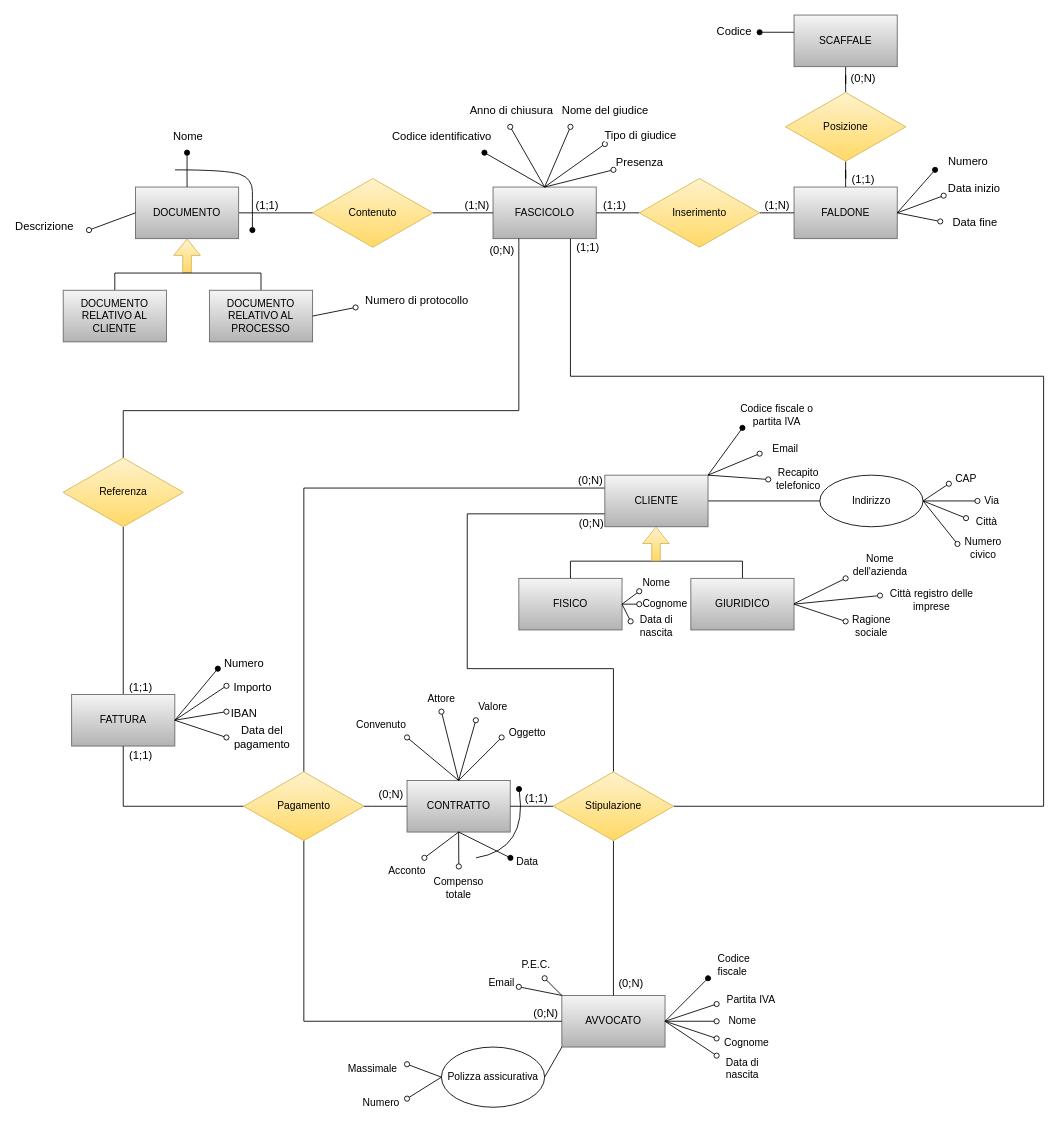
Before: DiagrammaER_Completo_Iniziale.drawio in AndreaCiv/BasiDiDati, a draw.io diagram. Source tidied: cells renumbered, new cells numbered last; positions are measured from the earlier drawing's top-left corner, leaving out a move shared by most shapes. Both pictures are drawn from the tidied source at 86%, with x=0, y=0 at pixel (63, 15).
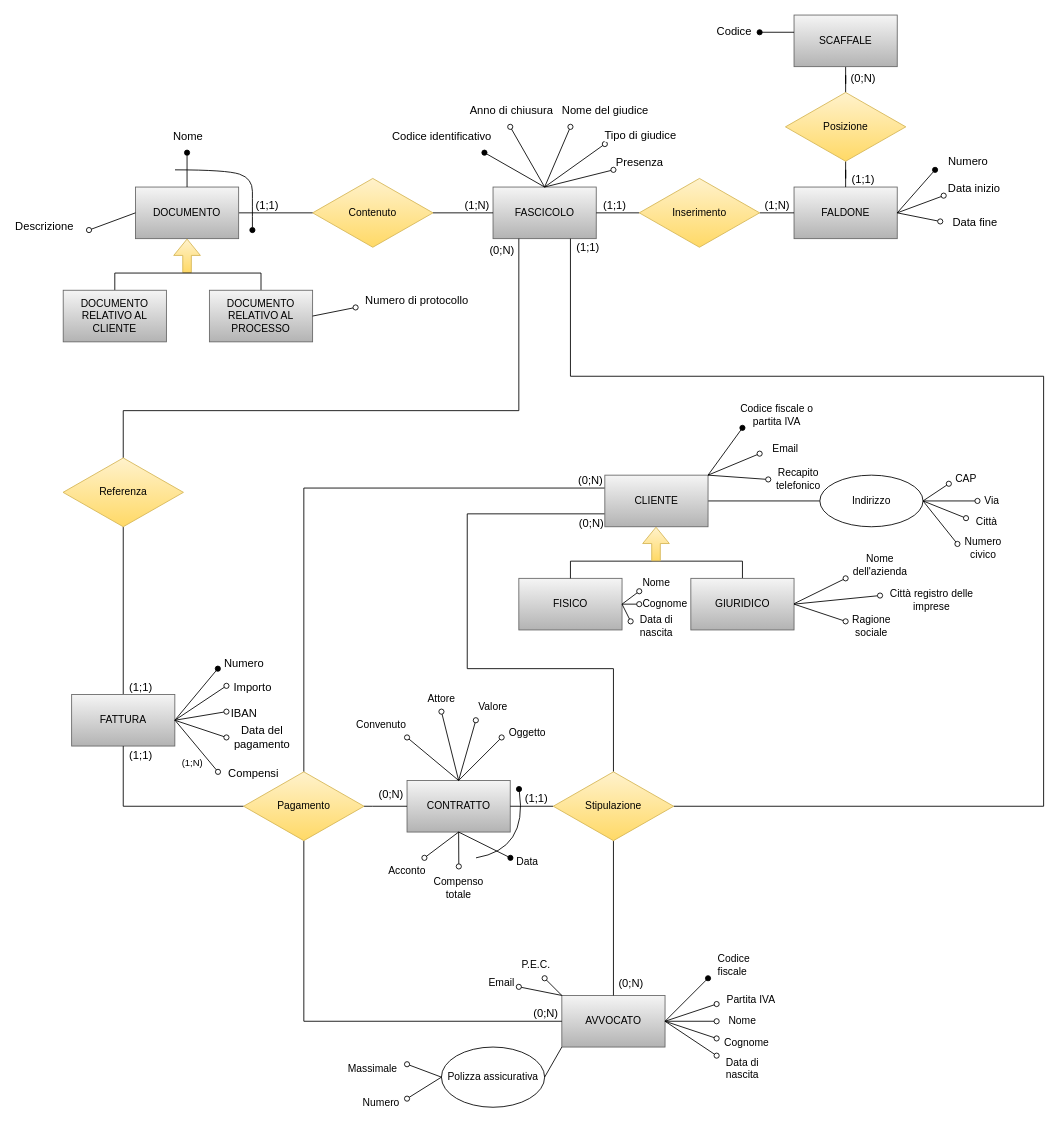
The same page after the edit.

Commit message:
Modifica fattura

What changed in the source:
```diff
@@
+    <mxCell id="152" style="endArrow=oval;html=1;rounded=0;fontSize=13;endFill=0;" parent="1" edge="1">
+      <mxGeometry relative="1" as="geometry">
+        <mxPoint x="130" y="820" as="sourcePoint" />
+        <mxPoint x="180" y="880" as="targetPoint" />
+      </mxGeometry>
+    </mxCell>
+    <mxCell id="153" value="Compensi" style="edgeLabel;html=1;align=center;verticalAlign=middle;fontSize=13;" parent="152" vertex="1">
+      <mxGeometry x="0.35" y="2" relative="1" as="geometry">
+        <mxPoint x="55" y="21" as="offset" />
+      </mxGeometry>
+    </mxCell>
+    <mxCell id="154" value="(1;N)" style="edgeLabel;html=1;align=center;verticalAlign=middle;" parent="152" vertex="1">
+      <mxGeometry x="0.27" y="1" relative="1" as="geometry">
+        <mxPoint x="-13" y="12" as="offset" />
+      </mxGeometry>
+    </mxCell>
```
